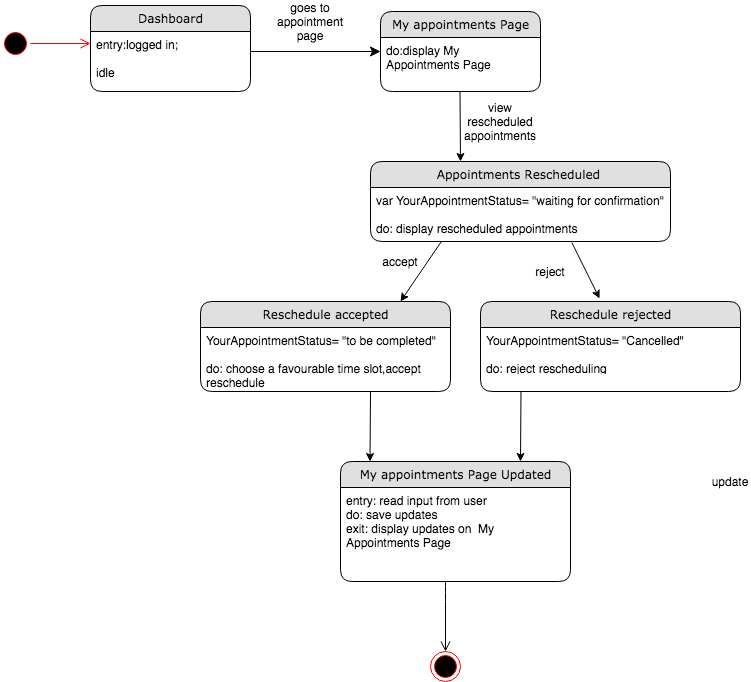
Before: Diagrams/State Chart Diagrams FINAL/ST_08  ACCEPT,REJECT RESCHEDULING.png, a diagram exported from draw.io (kkasharaj17/SE-project). Source tidied: cells renumbered, new cells last; positions are measured from the earlier drawing's top-left corner, leaving out a move shared by most shapes.
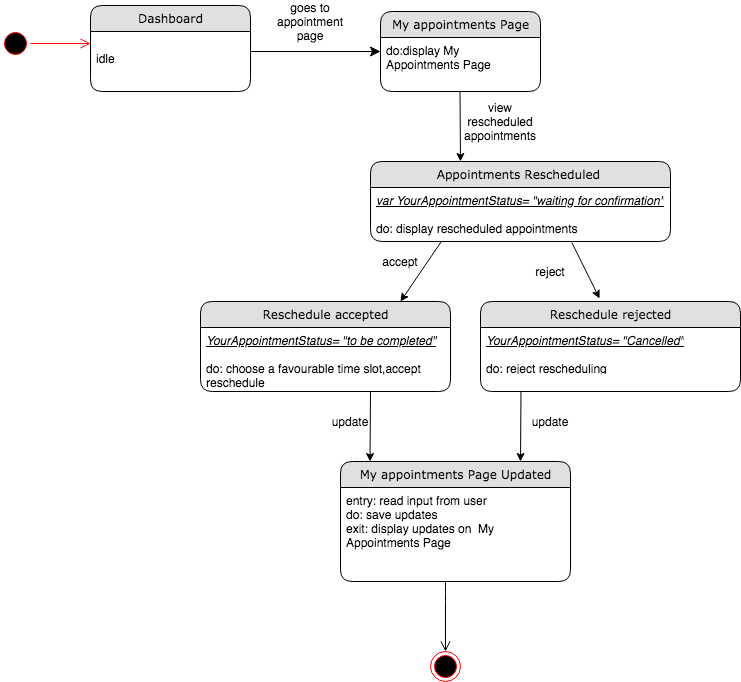
After the commit.

Diff of the diagram source:
```diff
@@ -5,7 +5,7 @@
     <mxCell id="2" value="Dashboard" style="swimlane;html=1;fontStyle=0;horizontal=1;startSize=26;fillColor=#e0e0e0;swimlaneFillColor=#ffffff;align=center;rounded=1;shadow=0;comic=0;labelBackgroundColor=none;strokeWidth=1;fontFamily=Verdana;fontSize=12;" parent="1" vertex="1">
       <mxGeometry x="90" width="160" height="86" as="geometry" />
     </mxCell>
-    <mxCell id="3" value="entry:logged in;&lt;br&gt;&lt;br&gt;idle" style="text;html=1;strokeColor=none;fillColor=none;spacingLeft=4;spacingRight=4;whiteSpace=wrap;overflow=hidden;" parent="2" vertex="1">
+    <mxCell id="3" value="&lt;br&gt;idle" style="text;html=1;strokeColor=none;fillColor=none;spacingLeft=4;spacingRight=4;whiteSpace=wrap;overflow=hidden;" parent="2" vertex="1">
       <mxGeometry y="26" width="160" height="44" as="geometry" />
     </mxCell>
     <mxCell id="4" style="edgeStyle=orthogonalEdgeStyle;html=1;labelBackgroundColor=none;startFill=0;startSize=8;endFill=1;endSize=8;fontFamily=Verdana;fontSize=12;" parent="1" edge="1" source="2">
@@ -63,13 +63,13 @@
     <mxCell id="16" value="Reschedule accepted" style="swimlane;html=1;fontStyle=0;horizontal=1;startSize=26;fillColor=#e0e0e0;swimlaneFillColor=#ffffff;align=center;rounded=1;shadow=0;comic=0;labelBackgroundColor=none;strokeWidth=1;fontFamily=Verdana;fontSize=12;" parent="1" vertex="1">
       <mxGeometry x="200" y="296" width="250" height="90" as="geometry" />
     </mxCell>
-    <mxCell id="17" value="YourAppointmentStatus= &quot;to be completed&quot;&lt;br&gt;&lt;br&gt;do: choose a favourable time slot,accept reschedule&lt;br&gt;&amp;nbsp;" style="text;html=1;strokeColor=none;fillColor=none;spacingLeft=4;spacingRight=4;whiteSpace=wrap;overflow=hidden;" parent="16" vertex="1">
+    <mxCell id="17" value="&lt;i&gt;&lt;u&gt;YourAppointmentStatus= &quot;to be completed&quot;&lt;/u&gt;&lt;/i&gt;&lt;br&gt;&lt;br&gt;do: choose a favourable time slot,accept reschedule&lt;br&gt;&amp;nbsp;" style="text;html=1;strokeColor=none;fillColor=none;spacingLeft=4;spacingRight=4;whiteSpace=wrap;overflow=hidden;" parent="16" vertex="1">
       <mxGeometry y="26" width="250" height="64" as="geometry" />
     </mxCell>
     <mxCell id="18" value="Reschedule rejected" style="swimlane;html=1;fontStyle=0;horizontal=1;startSize=26;fillColor=#e0e0e0;swimlaneFillColor=#ffffff;align=center;rounded=1;shadow=0;comic=0;labelBackgroundColor=none;strokeWidth=1;fontFamily=Verdana;fontSize=12;" parent="1" vertex="1">
       <mxGeometry x="480" y="296" width="260" height="90" as="geometry" />
     </mxCell>
-    <mxCell id="19" value="YourAppointmentStatus= &quot;Cancelled&quot;&lt;br&gt;&lt;br&gt;do: reject rescheduling&amp;nbsp;&lt;br&gt;&amp;nbsp;" style="text;html=1;strokeColor=none;fillColor=none;spacingLeft=4;spacingRight=4;whiteSpace=wrap;overflow=hidden;" parent="18" vertex="1">
+    <mxCell id="19" value="&lt;i&gt;&lt;u&gt;YourAppointmentStatus= &quot;Cancelled&quot;&lt;/u&gt;&lt;/i&gt;&lt;br&gt;&lt;br&gt;do: reject rescheduling&amp;nbsp;&lt;br&gt;&amp;nbsp;" style="text;html=1;strokeColor=none;fillColor=none;spacingLeft=4;spacingRight=4;whiteSpace=wrap;overflow=hidden;" parent="18" vertex="1">
       <mxGeometry y="26" width="260" height="44" as="geometry" />
     </mxCell>
     <mxCell id="20" style="endArrow=classic;html=1;" parent="1" edge="1">
@@ -89,7 +89,7 @@
       </mxGeometry>
     </mxCell>
     <mxCell id="22" value="update" style="text;html=1;strokeColor=none;fillColor=none;align=center;verticalAlign=middle;whiteSpace=wrap;rounded=0;" parent="1" vertex="1">
-      <mxGeometry x="710" y="466" width="40" height="20" as="geometry" />
+      <mxGeometry x="330" y="406" width="40" height="20" as="geometry" />
     </mxCell>
     <mxCell id="23" value="accept" style="text;html=1;strokeColor=none;fillColor=none;align=center;verticalAlign=middle;whiteSpace=wrap;rounded=0;" parent="1" vertex="1">
       <mxGeometry x="380" y="246" width="40" height="20" as="geometry" />
@@ -100,7 +100,7 @@
     <mxCell id="25" value="Appointments Rescheduled&amp;nbsp;" style="swimlane;html=1;fontStyle=0;horizontal=1;startSize=26;fillColor=#e0e0e0;swimlaneFillColor=#ffffff;align=center;rounded=1;shadow=0;comic=0;labelBackgroundColor=none;strokeWidth=1;fontFamily=Verdana;fontSize=12;" parent="1" vertex="1">
       <mxGeometry x="370" y="156" width="300" height="80" as="geometry" />
     </mxCell>
-    <mxCell id="26" value="var YourAppointmentStatus= &quot;waiting for confirmation&quot;&lt;br&gt;&lt;br&gt;do: display rescheduled appointments" style="text;html=1;strokeColor=none;fillColor=none;spacingLeft=4;spacingRight=4;whiteSpace=wrap;overflow=hidden;points=[[0,0.5],[1,0.5]];portConstraint=eastwest;" parent="25" vertex="1">
+    <mxCell id="26" value="&lt;i&gt;&lt;u&gt;var YourAppointmentStatus= &quot;waiting for confirmation&quot;&lt;/u&gt;&lt;/i&gt;&lt;br&gt;&lt;br&gt;do: display rescheduled appointments" style="text;html=1;strokeColor=none;fillColor=none;spacingLeft=4;spacingRight=4;whiteSpace=wrap;overflow=hidden;points=[[0,0.5],[1,0.5]];portConstraint=eastwest;" parent="25" vertex="1">
       <mxGeometry y="26" width="300" height="54" as="geometry" />
     </mxCell>
     <mxCell id="27" value="My appointments Page Updated" style="swimlane;html=1;fontStyle=0;horizontal=1;startSize=26;fillColor=#e0e0e0;swimlaneFillColor=#ffffff;align=center;rounded=1;shadow=0;comic=0;labelBackgroundColor=none;strokeWidth=1;fontFamily=Verdana;fontSize=12;" parent="1" vertex="1">
@@ -109,5 +109,8 @@
     <mxCell id="28" value="entry: read input from user&lt;br&gt;do: save updates&lt;br&gt;exit: display updates on&amp;nbsp; My Appointments Page" style="text;html=1;strokeColor=none;fillColor=none;spacingLeft=4;spacingRight=4;whiteSpace=wrap;overflow=hidden;" parent="27" vertex="1">
       <mxGeometry y="26" width="230" height="94" as="geometry" />
     </mxCell>
+    <mxCell id="29" value="update" style="text;html=1;strokeColor=none;fillColor=none;align=center;verticalAlign=middle;whiteSpace=wrap;rounded=0;" parent="1" vertex="1">
+      <mxGeometry x="530" y="406" width="40" height="20" as="geometry" />
+    </mxCell>
   </root>
 </mxGraphModel>
```
